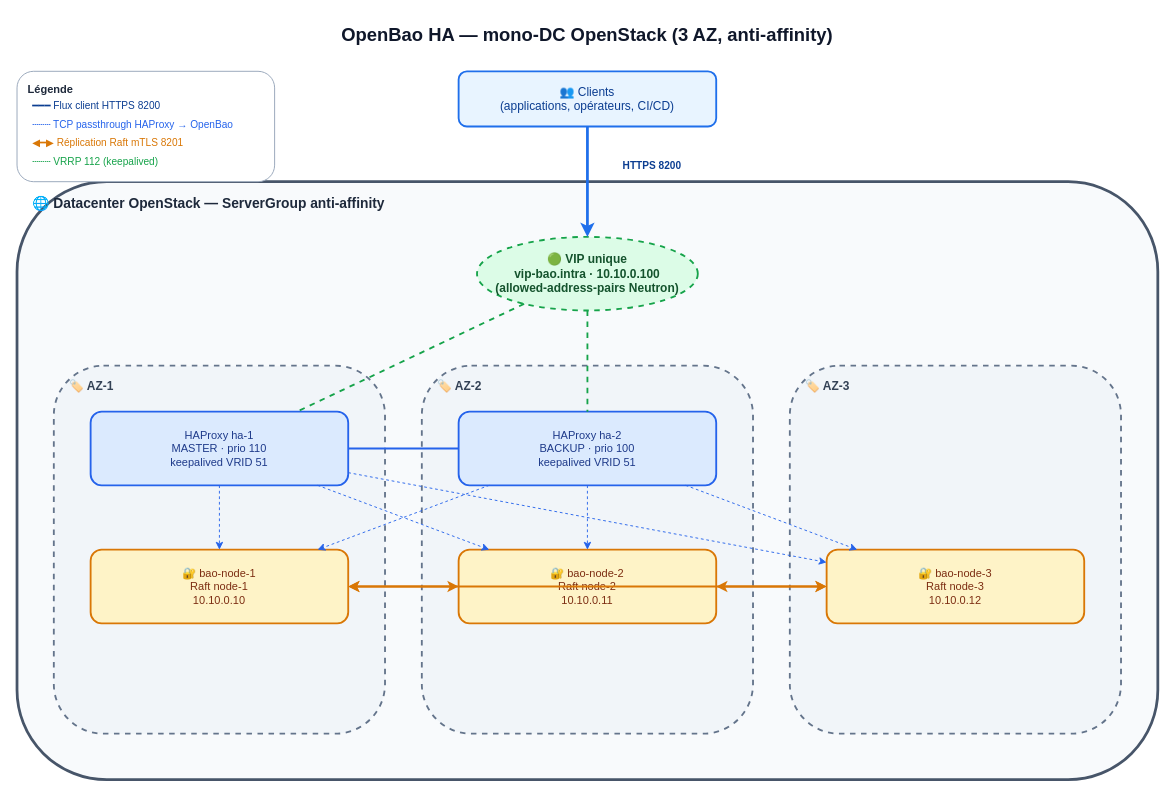
Earlier version of the draw.io diagram openbao-ha/docs/architecture.drawio (massinissa-boutrig/OpenBao). Source tidied: cells renumbered, new cells numbered last; positions are measured from the earlier drawing's top-left corner, leaving out a move shared by most shapes. Both pictures are drawn from the tidied source at 92%, with x=0, y=0 at pixel (17, 16).
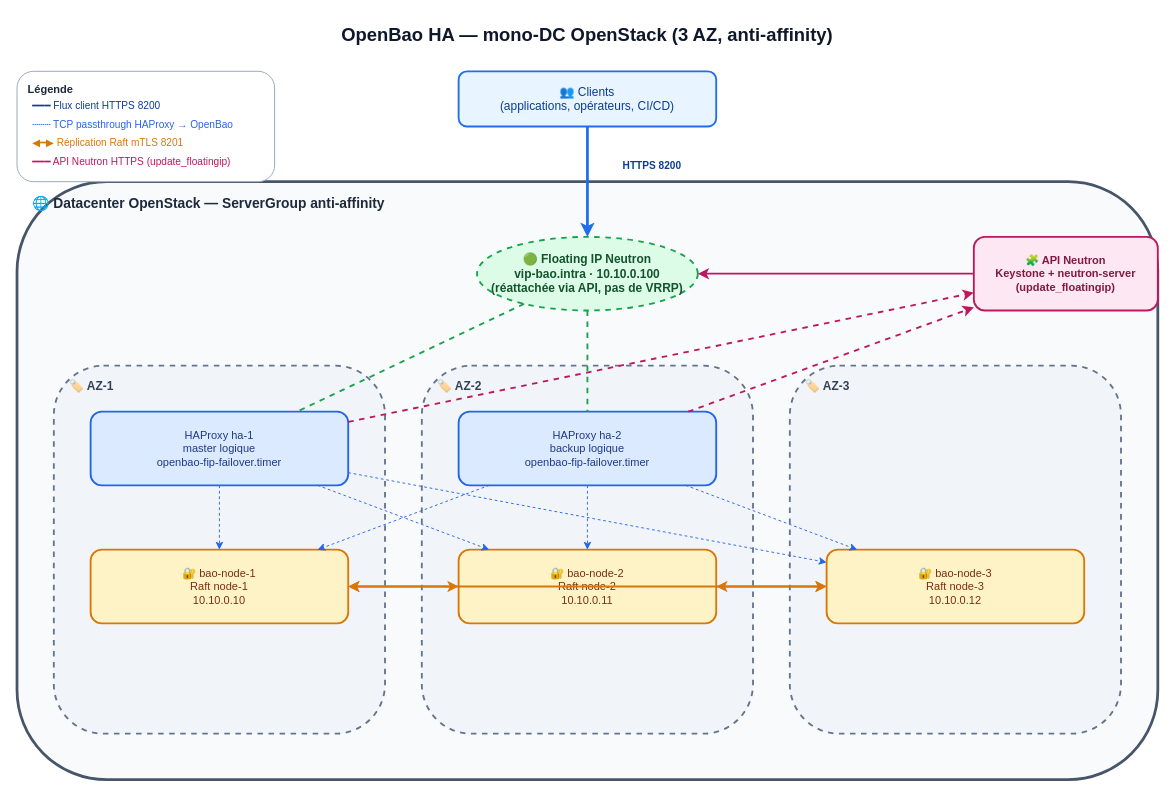
The same diagram, later.

The edit, as a diff of the source:
```diff
@@
-    <mxCell id="5" value="🟢 VIP unique&#10;vip-bao.intra · 10.10.0.100&#10;(allowed-address-pairs Neutron)" style="ellipse;whiteSpace=wrap;html=1;fillColor=#DCFCE7;strokeColor=#16A34A;strokeWidth=2;dashed=1;fontSize=13;fontStyle=1;fontColor=#14532D;" parent="1" vertex="1">
+    <mxCell id="5" value="🟢 Floating IP Neutron&#10;vip-bao.intra · 10.10.0.100&#10;(réattachée via API, pas de VRRP)" style="ellipse;whiteSpace=wrap;html=1;fillColor=#DCFCE7;strokeColor=#16A34A;strokeWidth=2;dashed=1;fontSize=13;fontStyle=1;fontColor=#14532D;" parent="1" vertex="1">
       <mxGeometry x="500" y="240" width="240" height="80" as="geometry" />
     </mxCell>
+    <mxCell id="33" value="🧩 API Neutron&#10;Keystone + neutron-server&#10;(update_floatingip)" style="rounded=1;whiteSpace=wrap;html=1;fillColor=#FCE7F3;strokeColor=#BE185D;strokeWidth=2;fontSize=12;fontStyle=1;fontColor=#831843;" parent="1" vertex="1">
+      <mxGeometry x="1040" y="240" width="200" height="80" as="geometry" />
+    </mxCell>
@@
-    <mxCell id="7" value="HAProxy ha-1&#10;MASTER · prio 110&#10;keepalived VRID 51" style="rounded=1;whiteSpace=wrap;html=1;fillColor=#DBEAFE;strokeColor=#2563EB;strokeWidth=2;fontSize=12;fontColor=#1E3A8A;" parent="1" vertex="1">
+    <mxCell id="7" value="HAProxy ha-1&#10;master logique&#10;openbao-fip-failover.timer" style="rounded=1;whiteSpace=wrap;html=1;fillColor=#DBEAFE;strokeColor=#2563EB;strokeWidth=2;fontSize=12;fontColor=#1E3A8A;" parent="1" vertex="1">
       <mxGeometry x="80" y="430" width="280" height="80" as="geometry" />
     </mxCell>
@@
-    <mxCell id="10" value="HAProxy ha-2&#10;BACKUP · prio 100&#10;keepalived VRID 51" style="rounded=1;whiteSpace=wrap;html=1;fillColor=#DBEAFE;strokeColor=#2563EB;strokeWidth=2;fontSize=12;fontColor=#1E3A8A;" parent="1" vertex="1">
+    <mxCell id="10" value="HAProxy ha-2&#10;backup logique&#10;openbao-fip-failover.timer" style="rounded=1;whiteSpace=wrap;html=1;fillColor=#DBEAFE;strokeColor=#2563EB;strokeWidth=2;fontSize=12;fontColor=#1E3A8A;" parent="1" vertex="1">
       <mxGeometry x="480" y="430" width="280" height="80" as="geometry" />
     </mxCell>
@@
-    <mxCell id="18" style="endArrow=none;html=1;strokeWidth=2;strokeColor=#2563EB;" parent="1" edge="1" source="7" target="10">
-      <mxGeometry relative="1" as="geometry" />
-    </mxCell>
+    <mxCell id="34" style="endArrow=classic;html=1;strokeWidth=2;strokeColor=#BE185D;dashed=1;" parent="1" edge="1" source="7" target="33">
+      <mxGeometry relative="1" as="geometry" />
+    </mxCell>
+    <mxCell id="35" style="endArrow=classic;html=1;strokeWidth=2;strokeColor=#BE185D;dashed=1;" parent="1" edge="1" source="10" target="33">
+      <mxGeometry relative="1" as="geometry" />
+    </mxCell>
+    <mxCell id="36" style="endArrow=classic;html=1;strokeWidth=2;strokeColor=#BE185D;" parent="1" edge="1" source="33" target="5">
+      <mxGeometry relative="1" as="geometry" />
+    </mxCell>
@@
-    <mxCell id="32" value="┄┄┄ VRRP 112 (keepalived)" style="text;html=1;align=left;fontSize=11;fontColor=#16A34A;" parent="1" vertex="1">
-      <mxGeometry x="15" y="145" width="250" height="18" as="geometry" />
-    </mxCell>
+    <mxCell id="37" value="━━━ API Neutron HTTPS (update_floatingip)" style="text;html=1;align=left;fontSize=11;fontColor=#BE185D;" parent="1" vertex="1">
+      <mxGeometry x="15" y="145" width="250" height="18" as="geometry" />
+    </mxCell>
```
